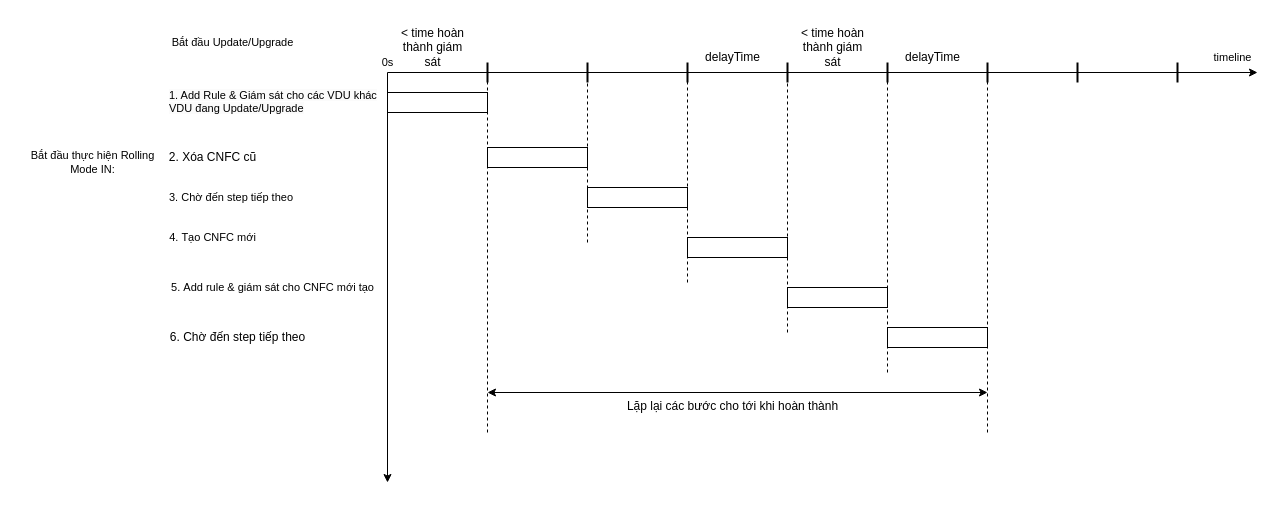
Earlier version of the draw.io diagram page "Trang-11" (10 of 10) of monitoring update upgrade.drawio (hiep1097/drawio). Source tidied: cells renumbered, new cells numbered last; positions are measured from the earlier drawing's top-left corner, leaving out a move shared by most shapes. Both pictures are drawn from the tidied source at 100%, with x=0, y=0 at pixel (17, 17).
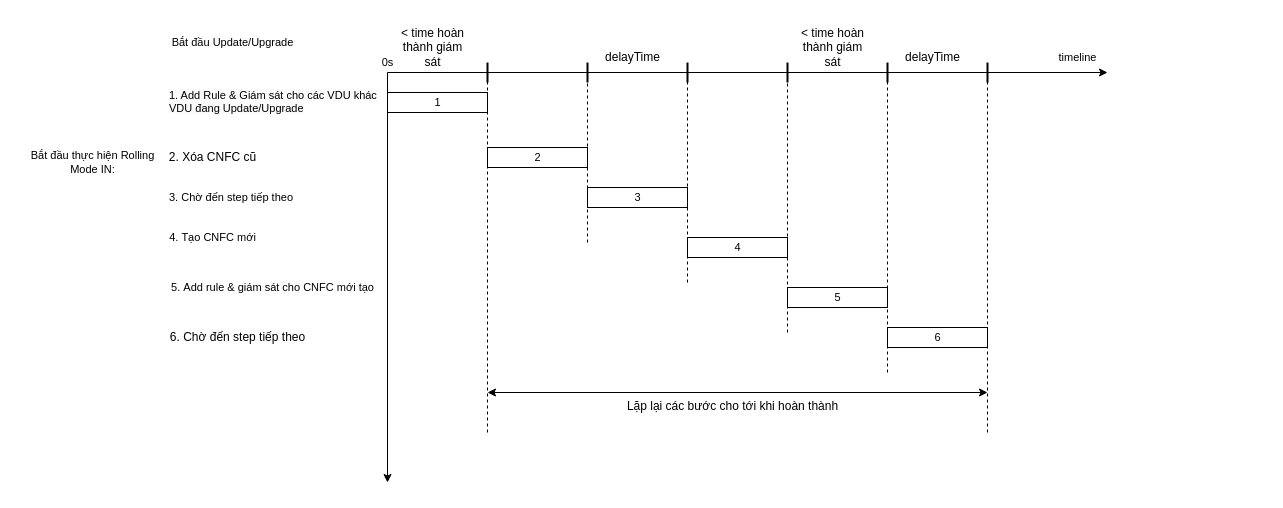
Above is the later version.

The edit, as a diff of the source:
```diff
@@
     <mxCell id="2" style="endArrow=classic;html=1;rounded=0;fontSize=11;" parent="1" edge="1">
       <mxGeometry relative="1" as="geometry">
         <mxPoint x="370" y="55" as="sourcePoint" />
-        <mxPoint x="1240" y="55" as="targetPoint" />
+        <mxPoint x="1090" y="55" as="targetPoint" />
       </mxGeometry>
     </mxCell>
     <mxCell id="3" value="timeline" style="text;html=1;align=center;verticalAlign=middle;strokeColor=none;fillColor=none;fontSize=11;" parent="1" vertex="1">
-      <mxGeometry x="1185" y="25" width="60" height="30" as="geometry" />
+      <mxGeometry x="1030" y="25" width="60" height="30" as="geometry" />
     </mxCell>
@@
-    <mxCell id="6" style="html=1;perimeter=orthogonalPerimeter;targetShapes=umlLifeline;newEdgeStyle={&quot;curved&quot;:0,&quot;rounded&quot;:0};fontSize=11;" parent="1" vertex="1">
+    <mxCell id="6" value="1" style="html=1;perimeter=orthogonalPerimeter;targetShapes=umlLifeline;newEdgeStyle={&quot;curved&quot;:0,&quot;rounded&quot;:0};fontSize=11;" parent="1" vertex="1">
       <mxGeometry x="370" y="75" width="100" height="20" as="geometry" />
     </mxCell>
@@
-    <mxCell id="13" style="html=1;perimeter=orthogonalPerimeter;targetShapes=umlLifeline;newEdgeStyle={&quot;curved&quot;:0,&quot;rounded&quot;:0};fontSize=11;" parent="1" vertex="1">
+    <mxCell id="13" value="2" style="html=1;perimeter=orthogonalPerimeter;targetShapes=umlLifeline;newEdgeStyle={&quot;curved&quot;:0,&quot;rounded&quot;:0};fontSize=11;" parent="1" vertex="1">
       <mxGeometry x="470" y="130" width="100" height="20" as="geometry" />
     </mxCell>
-    <mxCell id="14" style="html=1;perimeter=orthogonalPerimeter;targetShapes=umlLifeline;newEdgeStyle={&quot;curved&quot;:0,&quot;rounded&quot;:0};fontSize=11;" parent="1" vertex="1">
+    <mxCell id="14" value="3" style="html=1;perimeter=orthogonalPerimeter;targetShapes=umlLifeline;newEdgeStyle={&quot;curved&quot;:0,&quot;rounded&quot;:0};fontSize=11;" parent="1" vertex="1">
       <mxGeometry x="570" y="170" width="100" height="20" as="geometry" />
     </mxCell>
@@
-    <mxCell id="22" style="html=1;perimeter=orthogonalPerimeter;targetShapes=umlLifeline;newEdgeStyle={&quot;curved&quot;:0,&quot;rounded&quot;:0};fontSize=11;" parent="1" vertex="1">
+    <mxCell id="22" value="4" style="html=1;perimeter=orthogonalPerimeter;targetShapes=umlLifeline;newEdgeStyle={&quot;curved&quot;:0,&quot;rounded&quot;:0};fontSize=11;" parent="1" vertex="1">
       <mxGeometry x="670" y="220" width="100" height="20" as="geometry" />
     </mxCell>
@@
-    <mxCell id="24" style="html=1;perimeter=orthogonalPerimeter;targetShapes=umlLifeline;newEdgeStyle={&quot;curved&quot;:0,&quot;rounded&quot;:0};fontSize=11;" parent="1" vertex="1">
+    <mxCell id="24" value="5" style="html=1;perimeter=orthogonalPerimeter;targetShapes=umlLifeline;newEdgeStyle={&quot;curved&quot;:0,&quot;rounded&quot;:0};fontSize=11;" parent="1" vertex="1">
       <mxGeometry x="770" y="270" width="100" height="20" as="geometry" />
     </mxCell>
@@
     <mxCell id="28" value="delayTime" style="text;html=1;align=center;verticalAlign=middle;strokeColor=none;fillColor=none;" parent="1" vertex="1">
-      <mxGeometry x="675" y="25" width="80" height="30" as="geometry" />
+      <mxGeometry x="575" y="25" width="80" height="30" as="geometry" />
     </mxCell>
@@
-    <mxCell id="30" style="line;strokeWidth=2;direction=south;html=1;fontSize=11;" parent="1" vertex="1">
-      <mxGeometry x="1055" y="45" width="10" height="20" as="geometry" />
-    </mxCell>
@@
-    <mxCell id="32" style="line;strokeWidth=2;direction=south;html=1;fontSize=11;" parent="1" vertex="1">
-      <mxGeometry x="1155" y="45" width="10" height="20" as="geometry" />
-    </mxCell>
@@
-    <mxCell id="34" style="html=1;perimeter=orthogonalPerimeter;targetShapes=umlLifeline;newEdgeStyle={&quot;curved&quot;:0,&quot;rounded&quot;:0};fontSize=11;" parent="1" vertex="1">
+    <mxCell id="34" value="6" style="html=1;perimeter=orthogonalPerimeter;targetShapes=umlLifeline;newEdgeStyle={&quot;curved&quot;:0,&quot;rounded&quot;:0};fontSize=11;" parent="1" vertex="1">
       <mxGeometry x="870" y="310" width="100" height="20" as="geometry" />
     </mxCell>
```
